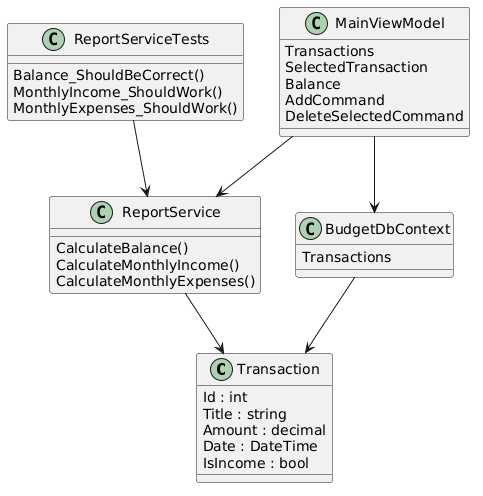
The PlantUML diagram docs/uml/classdiagram.png in mila25-25/BudgetManager, before a commit.
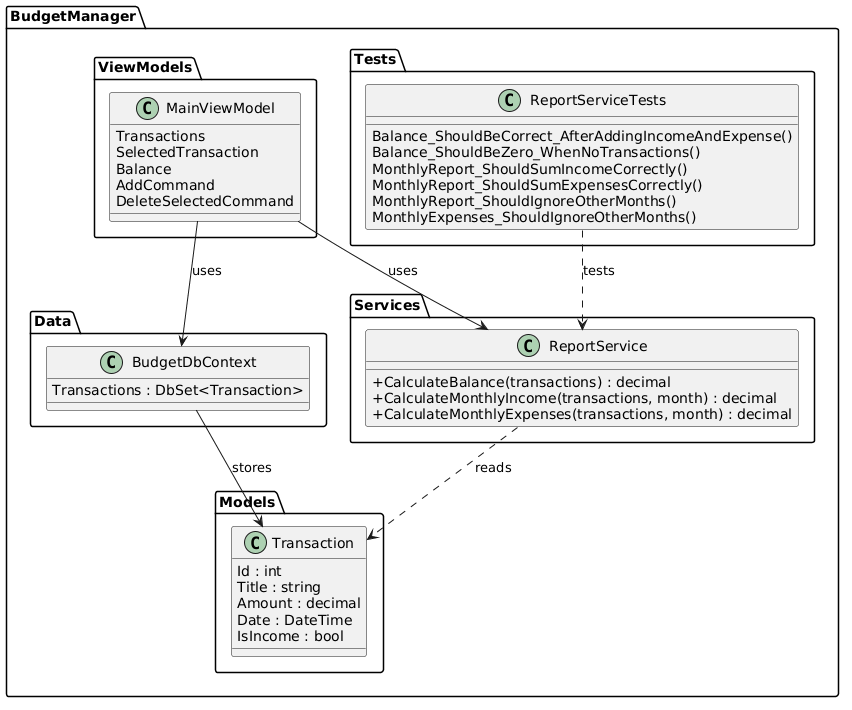
After the commit.

What changed in the source:
```diff
@@ -1,41 +1,54 @@
 @startuml
 skinparam classAttributeIconSize 0
 
-class Transaction {
-  Id : int
-  Title : string
-  Amount : decimal
-  Date : DateTime
-  IsIncome : bool
+package "BudgetManager.Models" {
+  class Transaction {
+    Id : int
+    Title : string
+    Amount : decimal
+    Date : DateTime
+    IsIncome : bool
+  }
 }
 
-class ReportService {
-  CalculateBalance()
-  CalculateMonthlyIncome()
-  CalculateMonthlyExpenses()
+package "BudgetManager.Data" {
+  class BudgetDbContext {
+    Transactions : DbSet<Transaction>
+  }
 }
 
-class MainViewModel {
-  Transactions
-  SelectedTransaction
-  Balance
-  AddCommand
-  DeleteSelectedCommand
+package "BudgetManager.Services" {
+  class ReportService {
+    +CalculateBalance(transactions) : decimal
+    +CalculateMonthlyIncome(transactions, month) : decimal
+    +CalculateMonthlyExpenses(transactions, month) : decimal
+  }
 }
 
-class BudgetDbContext {
-  Transactions
+package "BudgetManager.ViewModels" {
+  class MainViewModel {
+    Transactions
+    SelectedTransaction
+    Balance
+    AddCommand
+    DeleteSelectedCommand
+  }
 }
 
-class ReportServiceTests {
-  Balance_ShouldBeCorrect()
-  MonthlyIncome_ShouldWork()
-  MonthlyExpenses_ShouldWork()
+package "BudgetManager.Tests" {
+  class ReportServiceTests {
+    Balance_ShouldBeCorrect_AfterAddingIncomeAndExpense()
+    Balance_ShouldBeZero_WhenNoTransactions()
+    MonthlyReport_ShouldSumIncomeCorrectly()
+    MonthlyReport_ShouldSumExpensesCorrectly()
+    MonthlyReport_ShouldIgnoreOtherMonths()
+    MonthlyExpenses_ShouldIgnoreOtherMonths()
+  }
 }
 
-MainViewModel --> ReportService
-MainViewModel --> BudgetDbContext
-BudgetDbContext --> Transaction
-ReportService --> Transaction
-ReportServiceTests --> ReportService
+MainViewModel --> BudgetDbContext : uses
+MainViewModel --> ReportService : uses
+BudgetDbContext --> Transaction : stores
+ReportService ..> Transaction : reads
+ReportServiceTests ..> ReportService : tests
 @enduml
```
